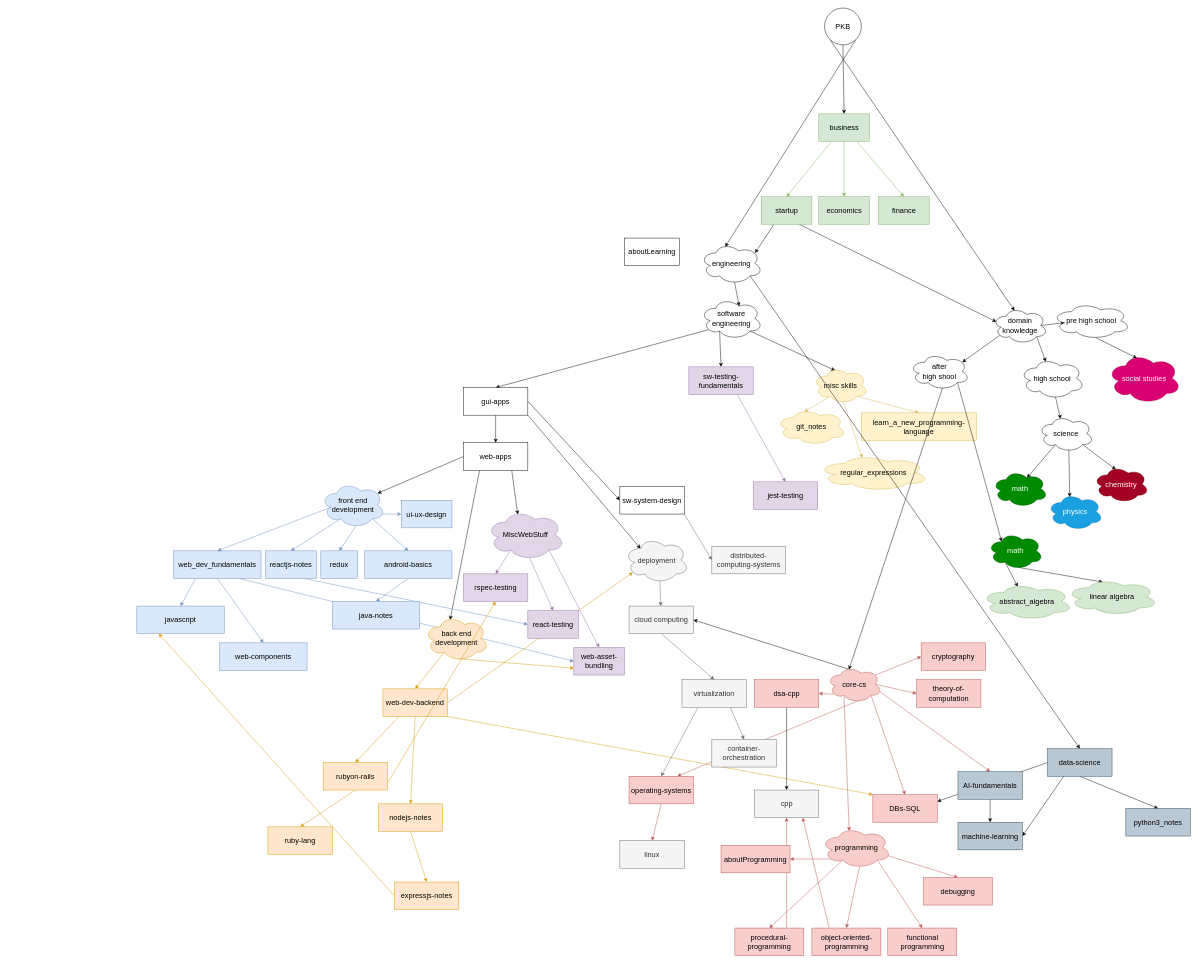
Earlier version of the draw.io diagram page "college-now" (1 of 4) of assets/personal_knowledge_base.drawio (sanjar-notes/.github). Source tidied: cells renumbered, new cells numbered last; positions are measured from the earlier drawing's top-left corner, leaving out a move shared by most shapes. Both pictures are drawn from the tidied source at 46%, with x=0, y=0 at pixel (137, 8).
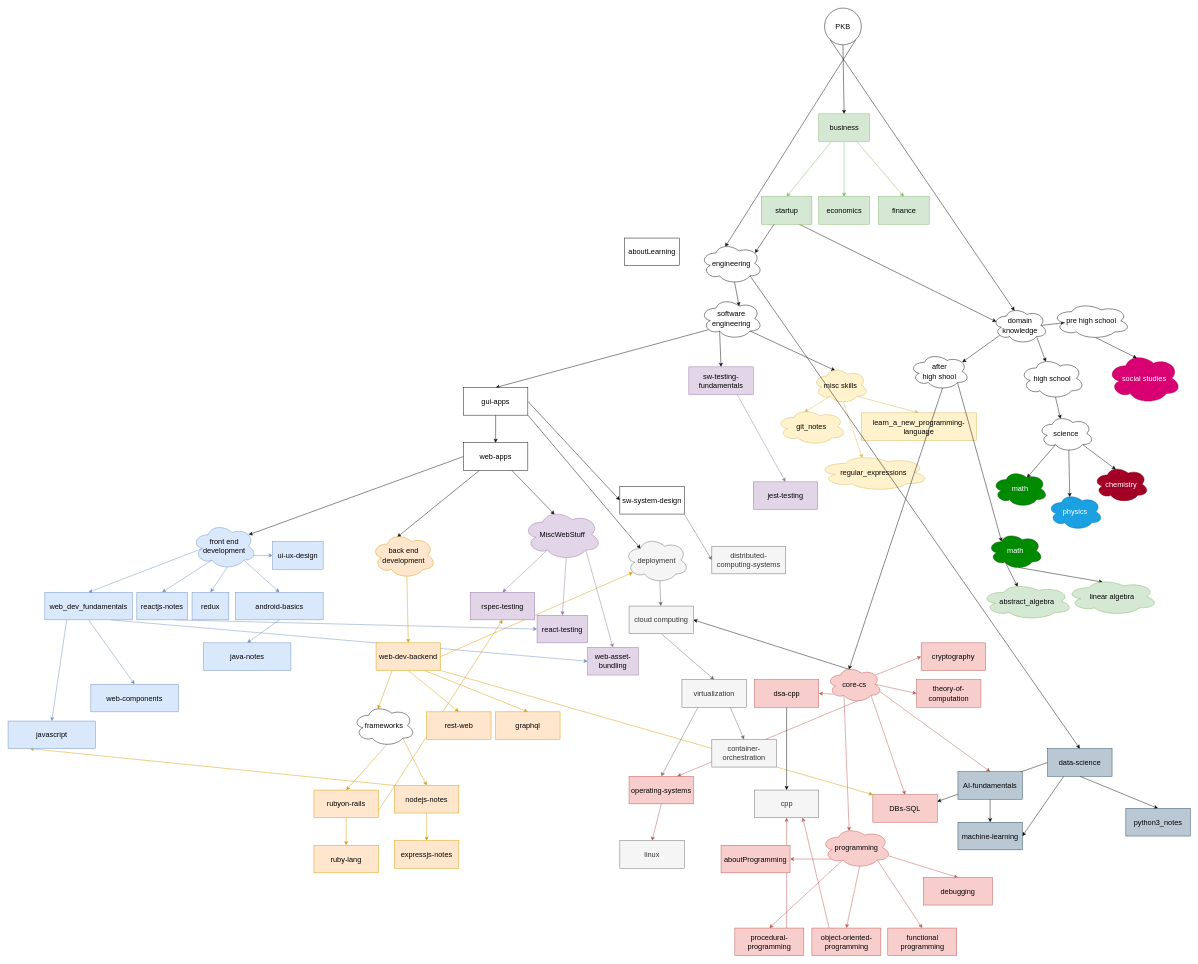
The same page after the edit.

Commit message (it also covers changes not shown here):
Add graphql and rest-web

What changed in the source:
```diff
@@
     <mxCell id="18" value="web_dev_fundamentals" style="rounded=0;whiteSpace=wrap;html=1;fontSize=16;fillColor=#dae8fc;strokeColor=#6c8ebf;fontColor=#000000;" parent="1" vertex="1">
-      <mxGeometry x="80" y="1180" width="190" height="60" as="geometry" />
+      <mxGeometry x="-200" y="1270" width="190" height="60" as="geometry" />
     </mxCell>
@@
     <mxCell id="29" value="front end development" style="ellipse;shape=cloud;whiteSpace=wrap;html=1;fontSize=16;fillColor=#dae8fc;strokeColor=#6c8ebf;fontColor=#000000;" parent="1" vertex="1">
-      <mxGeometry x="400" y="1030" width="140" height="100" as="geometry" />
+      <mxGeometry x="120" y="1120" width="140" height="100" as="geometry" />
     </mxCell>
-    <mxCell id="30" style="edgeStyle=none;html=1;exitX=0.31;exitY=0.8;exitDx=0;exitDy=0;exitPerimeter=0;entryX=0.5;entryY=0;entryDx=0;entryDy=0;fillColor=#ffe6cc;strokeColor=#d79b00;fontColor=#000000;" parent="1" edge="1" source="32" target="39">
-      <mxGeometry relative="1" as="geometry" />
-    </mxCell>
-    <mxCell id="31" style="edgeStyle=none;rounded=0;jettySize=auto;html=1;exitX=0.55;exitY=0.95;exitDx=0;exitDy=0;exitPerimeter=0;entryX=0;entryY=0.75;entryDx=0;entryDy=0;fillColor=#ffe6cc;strokeColor=#d79b00;" parent="1" edge="1" source="32" target="134">
+    <mxCell id="31" style="edgeStyle=none;rounded=0;jettySize=auto;html=1;exitX=0.55;exitY=0.95;exitDx=0;exitDy=0;exitPerimeter=0;entryX=0.5;entryY=0;entryDx=0;entryDy=0;fillColor=#ffe6cc;strokeColor=#d79b00;" parent="1" edge="1" source="32" target="39">
       <mxGeometry relative="1" as="geometry" />
     </mxCell>
     <mxCell id="32" value="back end development" style="ellipse;shape=cloud;whiteSpace=wrap;html=1;fontSize=16;fillColor=#ffe6cc;strokeColor=#d79b00;fontColor=#000000;" parent="1" vertex="1">
-      <mxGeometry x="625" y="1320" width="140" height="100" as="geometry" />
+      <mxGeometry x="510" y="1140" width="140" height="100" as="geometry" />
     </mxCell>
@@
-    <mxCell id="35" style="edgeStyle=none;html=1;exitX=0.25;exitY=1;exitDx=0;exitDy=0;entryX=0.5;entryY=0;entryDx=0;entryDy=0;fillColor=#ffe6cc;strokeColor=#d79b00;fontColor=#000000;" parent="1" edge="1" source="39" target="41">
+    <mxCell id="35" style="edgeStyle=none;html=1;exitX=0.55;exitY=0.95;exitDx=0;exitDy=0;entryX=0.5;entryY=0;entryDx=0;entryDy=0;fillColor=#ffe6cc;strokeColor=#d79b00;fontColor=#000000;exitPerimeter=0;" parent="1" edge="1" source="162" target="41">
       <mxGeometry relative="1" as="geometry" />
     </mxCell>
-    <mxCell id="36" style="edgeStyle=none;html=1;exitX=0.5;exitY=1;exitDx=0;exitDy=0;entryX=0.5;entryY=0;entryDx=0;entryDy=0;fillColor=#ffe6cc;strokeColor=#d79b00;fontColor=#000000;" parent="1" edge="1" source="39" target="42">
+    <mxCell id="36" style="edgeStyle=none;html=1;exitX=0.8;exitY=0.8;exitDx=0;exitDy=0;entryX=0.5;entryY=0;entryDx=0;entryDy=0;fillColor=#ffe6cc;strokeColor=#d79b00;fontColor=#000000;exitPerimeter=0;" parent="1" edge="1" source="162" target="42">
       <mxGeometry relative="1" as="geometry" />
     </mxCell>
@@
+    <mxCell id="157" style="rounded=0;jettySize=auto;html=1;exitX=0.5;exitY=1;exitDx=0;exitDy=0;entryX=0.5;entryY=0;entryDx=0;entryDy=0;fillColor=#ffe6cc;strokeColor=#d79b00;" parent="1" edge="1" source="39" target="160">
+      <mxGeometry relative="1" as="geometry" />
+    </mxCell>
+    <mxCell id="158" style="rounded=0;jettySize=auto;html=1;exitX=0.75;exitY=1;exitDx=0;exitDy=0;entryX=0.5;entryY=0;entryDx=0;entryDy=0;fillColor=#ffe6cc;strokeColor=#d79b00;" parent="1" edge="1" source="39" target="161">
+      <mxGeometry relative="1" as="geometry" />
+    </mxCell>
+    <mxCell id="159" style="edgeStyle=none;rounded=0;jettySize=auto;html=1;exitX=0.25;exitY=1;exitDx=0;exitDy=0;entryX=0.4;entryY=0.1;entryDx=0;entryDy=0;entryPerimeter=0;fillColor=#ffe6cc;strokeColor=#d79b00;" parent="1" edge="1" source="39" target="162">
+      <mxGeometry relative="1" as="geometry" />
+    </mxCell>
     <mxCell id="39" value="web-dev-backend" style="rounded=0;whiteSpace=wrap;html=1;fontSize=16;fillColor=#ffe6cc;strokeColor=#d79b00;fontColor=#000000;" parent="1" vertex="1">
-      <mxGeometry x="535" y="1480" width="140" height="60" as="geometry" />
+      <mxGeometry x="520" y="1380" width="140" height="60" as="geometry" />
     </mxCell>
@@
     <mxCell id="41" value="rubyon-rails" style="rounded=0;whiteSpace=wrap;html=1;fontSize=16;fillColor=#ffe6cc;strokeColor=#d79b00;fontColor=#000000;" parent="1" vertex="1">
-      <mxGeometry x="405" y="1640" width="140" height="60" as="geometry" />
+      <mxGeometry x="385" y="1700" width="140" height="60" as="geometry" />
     </mxCell>
     <mxCell id="42" value="nodejs-notes" style="rounded=0;whiteSpace=wrap;html=1;fontSize=16;fillColor=#ffe6cc;strokeColor=#d79b00;fontColor=#000000;" parent="1" vertex="1">
-      <mxGeometry x="525" y="1730" width="140" height="60" as="geometry" />
+      <mxGeometry x="560" y="1690" width="140" height="60" as="geometry" />
     </mxCell>
-    <mxCell id="43" style="edgeStyle=none;rounded=0;jettySize=auto;html=1;exitX=0;exitY=0.5;exitDx=0;exitDy=0;entryX=0.25;entryY=1;entryDx=0;entryDy=0;fillColor=#ffe6cc;strokeColor=#d79b00;" parent="1" edge="1" source="44" target="145">
+    <mxCell id="43" style="edgeStyle=none;rounded=0;jettySize=auto;html=1;exitX=0;exitY=0;exitDx=0;exitDy=0;entryX=0.25;entryY=1;entryDx=0;entryDy=0;fillColor=#ffe6cc;strokeColor=#d79b00;" parent="1" edge="1" source="42" target="145">
       <mxGeometry relative="1" as="geometry" />
     </mxCell>
     <mxCell id="44" value="expressjs-notes" style="rounded=0;whiteSpace=wrap;html=1;fontSize=16;fillColor=#ffe6cc;strokeColor=#d79b00;fontColor=#000000;" parent="1" vertex="1">
-      <mxGeometry x="560" y="1900" width="140" height="60" as="geometry" />
+      <mxGeometry x="560" y="1810" width="140" height="60" as="geometry" />
     </mxCell>
@@
     <mxCell id="46" value="reactjs-notes" style="rounded=0;whiteSpace=wrap;html=1;fontSize=16;fillColor=#dae8fc;strokeColor=#6c8ebf;fontColor=#000000;" parent="1" vertex="1">
-      <mxGeometry x="280" y="1180" width="110" height="60" as="geometry" />
+      <mxGeometry y="1270" width="110" height="60" as="geometry" />
     </mxCell>
     <mxCell id="47" value="ruby-lang" style="rounded=0;whiteSpace=wrap;html=1;fontSize=16;fillColor=#ffe6cc;strokeColor=#d79b00;fontColor=#000000;" parent="1" vertex="1">
-      <mxGeometry x="285" y="1780" width="140" height="60" as="geometry" />
+      <mxGeometry x="385" y="1820" width="140" height="60" as="geometry" />
     </mxCell>
@@
     <mxCell id="50" value="react-testing" style="rounded=0;whiteSpace=wrap;html=1;fontSize=16;fillColor=#e1d5e7;strokeColor=#9673a6;fontColor=#000000;" parent="1" vertex="1">
-      <mxGeometry x="850" y="1310" width="110" height="60" as="geometry" />
+      <mxGeometry x="870" y="1320" width="110" height="60" as="geometry" />
     </mxCell>
@@
     <mxCell id="52" value="rspec-testing" style="rounded=0;whiteSpace=wrap;html=1;fontSize=16;fillColor=#e1d5e7;strokeColor=#9673a6;fontColor=#000000;" parent="1" vertex="1">
-      <mxGeometry x="710" y="1230" width="140" height="60" as="geometry" />
+      <mxGeometry x="725" y="1270" width="140" height="60" as="geometry" />
     </mxCell>
@@
     <mxCell id="75" value="android-basics" style="rounded=0;whiteSpace=wrap;html=1;fontSize=16;fillColor=#dae8fc;strokeColor=#6c8ebf;fontColor=#000000;" parent="1" vertex="1">
-      <mxGeometry x="495" y="1180" width="190" height="60" as="geometry" />
+      <mxGeometry x="215" y="1270" width="190" height="60" as="geometry" />
     </mxCell>
@@
     <mxCell id="79" value="ui-ux-design" style="rounded=0;whiteSpace=wrap;html=1;fontSize=16;fillColor=#dae8fc;strokeColor=#6c8ebf;fontColor=#000000;" parent="1" vertex="1">
-      <mxGeometry x="575" y="1070" width="110" height="60" as="geometry" />
+      <mxGeometry x="295" y="1160" width="110" height="60" as="geometry" />
     </mxCell>
@@
     <mxCell id="84" value="java-notes" style="rounded=0;whiteSpace=wrap;html=1;fontSize=16;fillColor=#dae8fc;strokeColor=#6c8ebf;fontColor=#000000;" parent="1" vertex="1">
-      <mxGeometry x="425" y="1290" width="190" height="60" as="geometry" />
+      <mxGeometry x="145" y="1380" width="190" height="60" as="geometry" />
     </mxCell>
@@
     <mxCell id="134" value="web-asset-bundling" style="rounded=0;whiteSpace=wrap;html=1;fontSize=16;fillColor=#e1d5e7;strokeColor=#9673a6;" parent="1" vertex="1">
-      <mxGeometry x="950" y="1390" width="110" height="60" as="geometry" />
+      <mxGeometry x="980" y="1390" width="110" height="60" as="geometry" />
     </mxCell>
@@
     <mxCell id="143" value="redux" style="rounded=0;whiteSpace=wrap;html=1;fontSize=16;fillColor=#dae8fc;strokeColor=#6c8ebf;fontColor=#000000;" parent="1" vertex="1">
-      <mxGeometry x="400" y="1180" width="80" height="60" as="geometry" />
+      <mxGeometry x="120" y="1270" width="80" height="60" as="geometry" />
     </mxCell>
@@
     <mxCell id="145" value="javascript" style="rounded=0;whiteSpace=wrap;html=1;fontSize=16;fillColor=#dae8fc;strokeColor=#6c8ebf;fontColor=#000000;" parent="1" vertex="1">
-      <mxGeometry y="1300" width="190" height="60" as="geometry" />
+      <mxGeometry x="-280" y="1550" width="190" height="60" as="geometry" />
     </mxCell>
@@
     <mxCell id="151" value="MiscWebStuff" style="ellipse;shape=cloud;whiteSpace=wrap;html=1;fontSize=16;fillColor=#e1d5e7;strokeColor=#9673a6;" parent="1" vertex="1">
-      <mxGeometry x="760" y="1090" width="170" height="110" as="geometry" />
+      <mxGeometry x="840" y="1090" width="170" height="110" as="geometry" />
     </mxCell>
@@
     <mxCell id="154" value="web-components" style="rounded=0;whiteSpace=wrap;html=1;fontSize=16;fillColor=#dae8fc;strokeColor=#6c8ebf;fontColor=#000000;" parent="1" vertex="1">
-      <mxGeometry x="180" y="1380" width="190" height="60" as="geometry" />
+      <mxGeometry x="-100" y="1470" width="190" height="60" as="geometry" />
     </mxCell>
@@
+    <mxCell id="160" value="rest-web" style="rounded=0;whiteSpace=wrap;html=1;fontSize=16;fillColor=#ffe6cc;strokeColor=#d79b00;fontColor=#000000;" parent="1" vertex="1">
+      <mxGeometry x="630" y="1530" width="140" height="60" as="geometry" />
+    </mxCell>
+    <mxCell id="161" value="graphql" style="rounded=0;whiteSpace=wrap;html=1;fontSize=16;fillColor=#ffe6cc;strokeColor=#d79b00;fontColor=#000000;" parent="1" vertex="1">
+      <mxGeometry x="780" y="1530" width="140" height="60" as="geometry" />
+    </mxCell>
+    <mxCell id="162" value="frameworks" style="ellipse;shape=cloud;whiteSpace=wrap;html=1;fontSize=16;" parent="1" vertex="1">
+      <mxGeometry x="470" y="1515" width="135" height="90" as="geometry" />
+    </mxCell>
```
